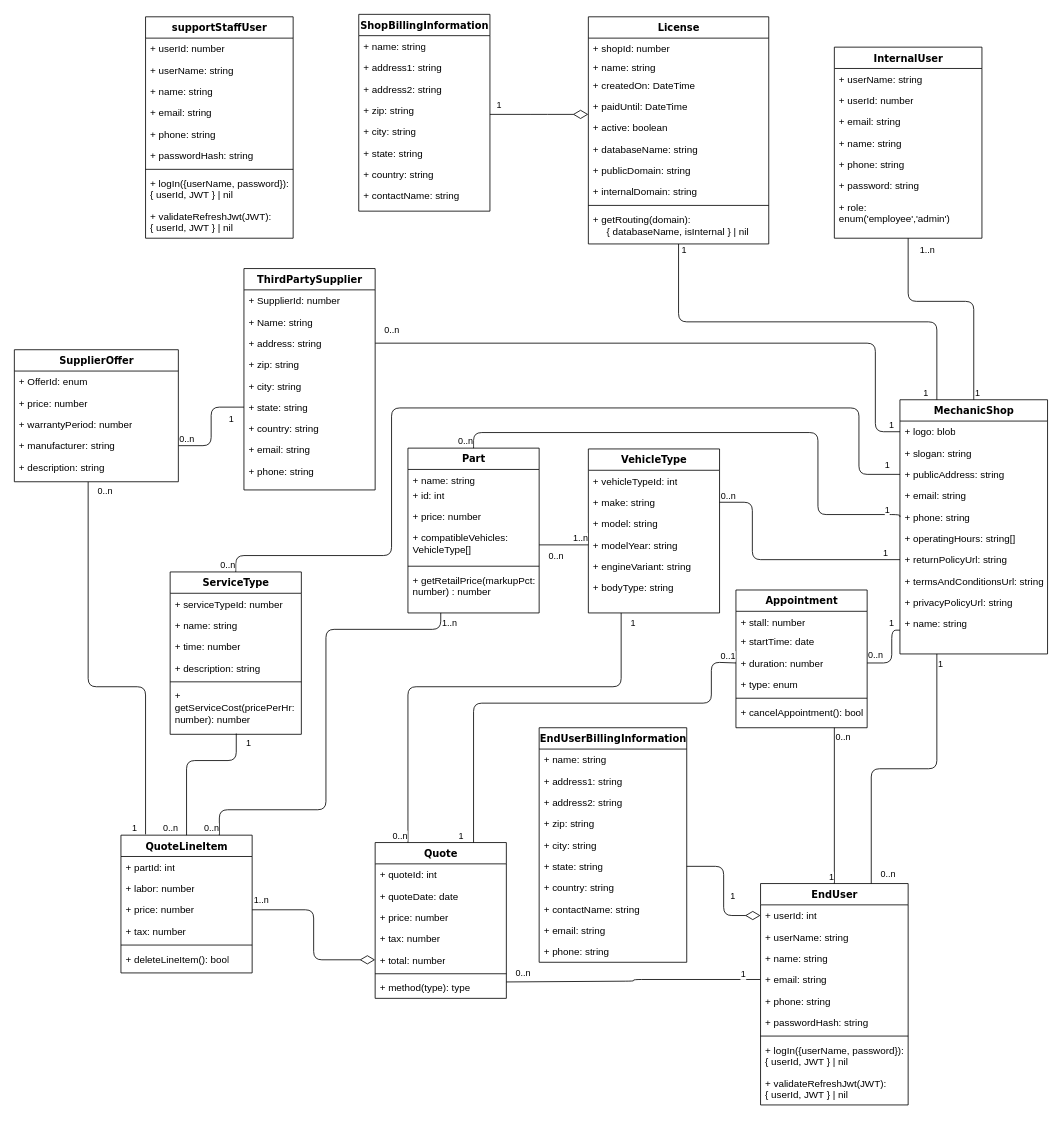
Before: PlanningPhase/Class_Diagrams/ClassDiagram.drawio in Awrmani/AutoQuotes, a draw.io diagram. Source tidied: cells renumbered, new cells numbered last; positions are measured from the earlier drawing's top-left corner, leaving out a move shared by most shapes. Both pictures are drawn from the tidied source at 82%, with x=0, y=0 at pixel (14, 14).
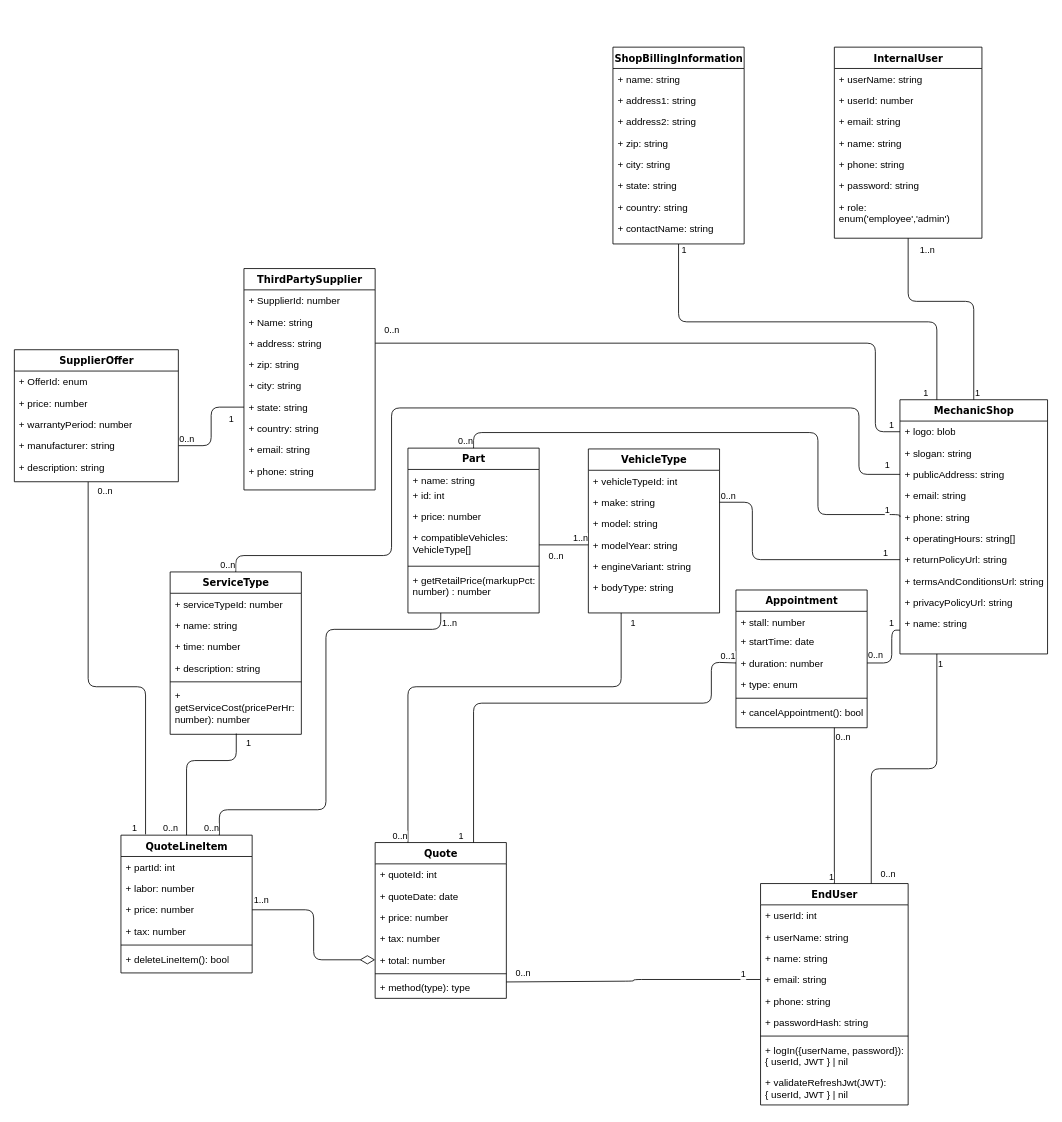
The same diagram, later.

The change refers to these unchanged cells:
```xml
<mxCell id="2" value="MechanicShop" style="swimlane;html=1;fontStyle=1;align=center;verticalAlign=top;horizontal=1;startSize=26;swimlaneFillColor=#ffffff;rounded=0;shadow=0;comic=0;labelBackgroundColor=none;strokeWidth=1;fillColor=none;fontFamily=Verdana;fontSize=12;" parent="1" vertex="1">
  <mxGeometry x="1080" y="470" width="180" height="310" as="geometry" />
</mxCell>
<mxCell id="59" value="+ userId: int" style="text;html=1;strokeColor=none;fillColor=none;align=left;verticalAlign=top;spacingLeft=4;spacingRight=4;whiteSpace=wrap;overflow=hidden;points=[[0,0.5],[1,0.5]];portConstraint=eastwest;" parent="58" vertex="1">
  <mxGeometry y="26" width="180" height="26" as="geometry" />
</mxCell>
```

What changed in the source:
```diff
@@
-    <mxCell id="28" style="endArrow=none;html=1;edgeStyle=orthogonalEdgeStyle;rounded=1;exitX=0.5;exitY=1;exitDx=0;exitDy=0;entryX=0.25;entryY=0;entryDx=0;entryDy=0;" parent="1" edge="1" source="149" target="2">
+    <mxCell id="28" style="endArrow=none;html=1;edgeStyle=orthogonalEdgeStyle;rounded=1;exitX=0.5;exitY=1;exitDx=0;exitDy=0;entryX=0.25;entryY=0;entryDx=0;entryDy=0;" parent="1" edge="1" source="140" target="2">
       <mxGeometry relative="1" as="geometry" />
     </mxCell>
@@
-    <mxCell id="41" value="EndUserBillingInformation" style="swimlane;html=1;fontStyle=1;align=center;verticalAlign=top;horizontal=1;startSize=26;swimlaneFillColor=#ffffff;rounded=0;shadow=0;comic=0;labelBackgroundColor=none;strokeWidth=1;fillColor=none;fontFamily=Verdana;fontSize=12;" parent="1" vertex="1">
-      <mxGeometry x="640" y="870" width="180" height="286" as="geometry" />
-    </mxCell>
-    <mxCell id="42" value="+ name: string" style="text;html=1;strokeColor=none;fillColor=none;align=left;verticalAlign=top;spacingLeft=4;spacingRight=4;whiteSpace=wrap;overflow=hidden;" parent="41" vertex="1">
-      <mxGeometry y="26" width="180" height="26" as="geometry" />
-    </mxCell>
-    <mxCell id="43" value="+ address1: string" style="text;html=1;strokeColor=none;fillColor=none;align=left;verticalAlign=top;spacingLeft=4;spacingRight=4;whiteSpace=wrap;overflow=hidden;" parent="41" vertex="1">
-      <mxGeometry y="52" width="180" height="26" as="geometry" />
-    </mxCell>
-    <mxCell id="44" value="+ address2: string" style="text;html=1;strokeColor=none;fillColor=none;align=left;verticalAlign=top;spacingLeft=4;spacingRight=4;whiteSpace=wrap;overflow=hidden;" parent="41" vertex="1">
-      <mxGeometry y="78" width="180" height="26" as="geometry" />
-    </mxCell>
-    <mxCell id="45" value="+ zip: string" style="text;html=1;strokeColor=none;fillColor=none;align=left;verticalAlign=top;spacingLeft=4;spacingRight=4;whiteSpace=wrap;overflow=hidden;" parent="41" vertex="1">
-      <mxGeometry y="104" width="180" height="26" as="geometry" />
-    </mxCell>
-    <mxCell id="46" value="+ city: string" style="text;html=1;strokeColor=none;fillColor=none;align=left;verticalAlign=top;spacingLeft=4;spacingRight=4;whiteSpace=wrap;overflow=hidden;" parent="41" vertex="1">
-      <mxGeometry y="130" width="180" height="26" as="geometry" />
-    </mxCell>
-    <mxCell id="47" value="+ state: string" style="text;html=1;strokeColor=none;fillColor=none;align=left;verticalAlign=top;spacingLeft=4;spacingRight=4;whiteSpace=wrap;overflow=hidden;points=[[0,0.5],[1,0.5]];portConstraint=eastwest;" parent="41" vertex="1">
-      <mxGeometry y="156" width="180" height="26" as="geometry" />
-    </mxCell>
-    <mxCell id="48" value="+ country: string" style="text;html=1;strokeColor=none;fillColor=none;align=left;verticalAlign=top;spacingLeft=4;spacingRight=4;whiteSpace=wrap;overflow=hidden;" parent="41" vertex="1">
-      <mxGeometry y="182" width="180" height="26" as="geometry" />
-    </mxCell>
-    <mxCell id="49" value="+ contactName: string" style="text;html=1;strokeColor=none;fillColor=none;align=left;verticalAlign=top;spacingLeft=4;spacingRight=4;whiteSpace=wrap;overflow=hidden;" parent="41" vertex="1">
-      <mxGeometry y="208" width="180" height="26" as="geometry" />
-    </mxCell>
-    <mxCell id="50" value="+ email: string" style="text;html=1;strokeColor=none;fillColor=none;align=left;verticalAlign=top;spacingLeft=4;spacingRight=4;whiteSpace=wrap;overflow=hidden;" parent="41" vertex="1">
-      <mxGeometry y="234" width="180" height="26" as="geometry" />
-    </mxCell>
-    <mxCell id="51" value="+ phone: string" style="text;html=1;strokeColor=none;fillColor=none;align=left;verticalAlign=top;spacingLeft=4;spacingRight=4;whiteSpace=wrap;overflow=hidden;" parent="41" vertex="1">
-      <mxGeometry y="260" width="180" height="26" as="geometry" />
-    </mxCell>
@@
-    <mxCell id="68" style="endArrow=diamondThin;endFill=0;endSize=16;html=1;rounded=1;strokeColor=default;exitX=1;exitY=0.5;exitDx=0;exitDy=0;entryX=0;entryY=0.5;entryDx=0;entryDy=0;edgeStyle=orthogonalEdgeStyle;" parent="1" edge="1" source="47" target="59">
-      <mxGeometry relative="1" as="geometry" />
-    </mxCell>
-    <mxCell id="69" value="1" style="edgeLabel;html=1;align=center;verticalAlign=middle;" parent="68" vertex="1">
-      <mxGeometry x="-0.14" relative="1" as="geometry">
-        <mxPoint x="10" y="15" as="offset" />
-      </mxGeometry>
-    </mxCell>
@@
     <mxCell id="140" value="ShopBillingInformation" style="swimlane;html=1;fontStyle=1;align=center;verticalAlign=top;horizontal=1;startSize=26;swimlaneFillColor=#ffffff;rounded=0;shadow=0;comic=0;labelBackgroundColor=none;strokeWidth=1;fillColor=none;fontFamily=Verdana;fontSize=12;" parent="1" vertex="1">
-      <mxGeometry x="420" width="160" height="240" as="geometry" />
+      <mxGeometry x="730" y="40" width="160" height="240" as="geometry" />
     </mxCell>
@@
-    <mxCell id="149" value="License" style="swimlane;html=1;fontStyle=1;align=center;verticalAlign=top;horizontal=1;startSize=26;swimlaneFillColor=#ffffff;rounded=0;shadow=0;comic=0;labelBackgroundColor=none;strokeWidth=1;fillColor=none;fontFamily=Verdana;fontSize=12;" parent="1" vertex="1">
-      <mxGeometry x="700" y="3" width="220" height="277" as="geometry" />
-    </mxCell>
-    <mxCell id="150" value="+ shopId: number" style="text;html=1;strokeColor=none;fillColor=none;align=left;verticalAlign=top;spacingLeft=4;spacingRight=4;whiteSpace=wrap;overflow=hidden;" parent="149" vertex="1">
-      <mxGeometry y="26" width="220" height="22" as="geometry" />
-    </mxCell>
-    <mxCell id="151" value="+ name: string" style="text;html=1;strokeColor=none;fillColor=none;align=left;verticalAlign=top;spacingLeft=4;spacingRight=4;whiteSpace=wrap;overflow=hidden;" parent="149" vertex="1">
-      <mxGeometry y="48" width="220" height="22" as="geometry" />
-    </mxCell>
-    <mxCell id="152" value="+ createdOn: DateTime" style="text;html=1;strokeColor=none;fillColor=none;align=left;verticalAlign=top;spacingLeft=4;spacingRight=4;whiteSpace=wrap;overflow=hidden;" parent="149" vertex="1">
-      <mxGeometry y="70" width="220" height="26" as="geometry" />
-    </mxCell>
-    <mxCell id="153" value="+ paidUntil: DateTime" style="text;html=1;strokeColor=none;fillColor=none;align=left;verticalAlign=top;spacingLeft=4;spacingRight=4;whiteSpace=wrap;overflow=hidden;" parent="149" vertex="1">
-      <mxGeometry y="96" width="220" height="26" as="geometry" />
-    </mxCell>
-    <mxCell id="154" value="+ active: boolean" style="text;html=1;strokeColor=none;fillColor=none;align=left;verticalAlign=top;spacingLeft=4;spacingRight=4;whiteSpace=wrap;overflow=hidden;" parent="149" vertex="1">
-      <mxGeometry y="122" width="220" height="26" as="geometry" />
-    </mxCell>
-    <mxCell id="155" value="+ databaseName: string" style="text;html=1;strokeColor=none;fillColor=none;align=left;verticalAlign=top;spacingLeft=4;spacingRight=4;whiteSpace=wrap;overflow=hidden;" parent="149" vertex="1">
-      <mxGeometry y="148" width="220" height="26" as="geometry" />
-    </mxCell>
-    <mxCell id="156" value="+ publicDomain: string" style="text;html=1;strokeColor=none;fillColor=none;align=left;verticalAlign=top;spacingLeft=4;spacingRight=4;whiteSpace=wrap;overflow=hidden;" parent="149" vertex="1">
-      <mxGeometry y="174" width="220" height="26" as="geometry" />
-    </mxCell>
-    <mxCell id="157" value="+ internalDomain: string" style="text;html=1;strokeColor=none;fillColor=none;align=left;verticalAlign=top;spacingLeft=4;spacingRight=4;whiteSpace=wrap;overflow=hidden;" parent="149" vertex="1">
-      <mxGeometry y="200" width="220" height="26" as="geometry" />
-    </mxCell>
-    <mxCell id="158" style="line;html=1;strokeWidth=1;fillColor=none;align=left;verticalAlign=middle;spacingTop=-1;spacingLeft=3;spacingRight=3;labelPosition=right;" parent="149" vertex="1">
-      <mxGeometry y="226" width="220" height="8" as="geometry" />
-    </mxCell>
-    <mxCell id="159" value="+ getRouting(domain): &lt;br&gt;&amp;nbsp; &amp;nbsp; &amp;nbsp;{ databaseName, isInternal } | nil" style="text;html=1;strokeColor=none;fillColor=none;align=left;verticalAlign=top;spacingLeft=4;spacingRight=4;whiteSpace=wrap;overflow=hidden;" parent="149" vertex="1">
-      <mxGeometry y="234" width="220" height="38" as="geometry" />
-    </mxCell>
-    <mxCell id="160" value="supportStaffUser" style="swimlane;html=1;fontStyle=1;align=center;verticalAlign=top;horizontal=1;startSize=26;swimlaneFillColor=#ffffff;rounded=0;shadow=0;comic=0;labelBackgroundColor=none;strokeWidth=1;fillColor=none;fontFamily=Verdana;fontSize=12;" parent="1" vertex="1">
-      <mxGeometry x="160" y="3" width="180" height="270" as="geometry" />
-    </mxCell>
-    <mxCell id="161" value="+ userId: number" style="text;html=1;strokeColor=none;fillColor=none;align=left;verticalAlign=top;spacingLeft=4;spacingRight=4;whiteSpace=wrap;overflow=hidden;" parent="160" vertex="1">
-      <mxGeometry y="26" width="180" height="26" as="geometry" />
-    </mxCell>
-    <mxCell id="162" value="+ userName: string" style="text;html=1;strokeColor=none;fillColor=none;align=left;verticalAlign=top;spacingLeft=4;spacingRight=4;whiteSpace=wrap;overflow=hidden;" parent="160" vertex="1">
-      <mxGeometry y="52" width="180" height="26" as="geometry" />
-    </mxCell>
-    <mxCell id="163" value="+ name: string" style="text;html=1;strokeColor=none;fillColor=none;align=left;verticalAlign=top;spacingLeft=4;spacingRight=4;whiteSpace=wrap;overflow=hidden;" parent="160" vertex="1">
-      <mxGeometry y="78" width="180" height="26" as="geometry" />
-    </mxCell>
-    <mxCell id="164" value="+ email: string" style="text;html=1;strokeColor=none;fillColor=none;align=left;verticalAlign=top;spacingLeft=4;spacingRight=4;whiteSpace=wrap;overflow=hidden;" parent="160" vertex="1">
-      <mxGeometry y="104" width="180" height="26" as="geometry" />
-    </mxCell>
-    <mxCell id="165" value="+ phone: string" style="text;html=1;strokeColor=none;fillColor=none;align=left;verticalAlign=top;spacingLeft=4;spacingRight=4;whiteSpace=wrap;overflow=hidden;" parent="160" vertex="1">
-      <mxGeometry y="130" width="180" height="26" as="geometry" />
-    </mxCell>
-    <mxCell id="166" value="+ passwordHash: string" style="text;html=1;strokeColor=none;fillColor=none;align=left;verticalAlign=top;spacingLeft=4;spacingRight=4;whiteSpace=wrap;overflow=hidden;" parent="160" vertex="1">
-      <mxGeometry y="156" width="180" height="26" as="geometry" />
-    </mxCell>
-    <mxCell id="167" style="line;html=1;strokeWidth=1;fillColor=none;align=left;verticalAlign=middle;spacingTop=-1;spacingLeft=3;spacingRight=3;labelPosition=right;" parent="160" vertex="1">
-      <mxGeometry y="182" width="180" height="8" as="geometry" />
-    </mxCell>
-    <mxCell id="168" value="+ logIn({userName, password}):&lt;br&gt;{ userId, JWT } | nil" style="text;html=1;strokeColor=none;fillColor=none;align=left;verticalAlign=top;spacingLeft=4;spacingRight=4;whiteSpace=wrap;overflow=hidden;" parent="160" vertex="1">
-      <mxGeometry y="190" width="180" height="40" as="geometry" />
-    </mxCell>
-    <mxCell id="169" value="+ validateRefreshJwt(JWT):&lt;br&gt;{ userId, JWT }&amp;nbsp;| nil" style="text;html=1;strokeColor=none;fillColor=none;align=left;verticalAlign=top;spacingLeft=4;spacingRight=4;whiteSpace=wrap;overflow=hidden;" parent="160" vertex="1">
-      <mxGeometry y="230" width="180" height="40" as="geometry" />
-    </mxCell>
-    <mxCell id="170" style="edgeStyle=elbowEdgeStyle;html=1;labelBackgroundColor=none;startFill=0;startSize=8;endArrow=diamondThin;endFill=0;endSize=16;fontFamily=Verdana;fontSize=12;elbow=vertical;" parent="1" edge="1" source="140" target="149">
-      <mxGeometry relative="1" as="geometry" />
-    </mxCell>
-    <mxCell id="171" value="1" style="edgeLabel;html=1;align=center;verticalAlign=middle;" parent="170" vertex="1">
-      <mxGeometry x="-0.19" y="1" relative="1" as="geometry">
-        <mxPoint x="-39" y="-11" as="offset" />
-      </mxGeometry>
-    </mxCell>
```
